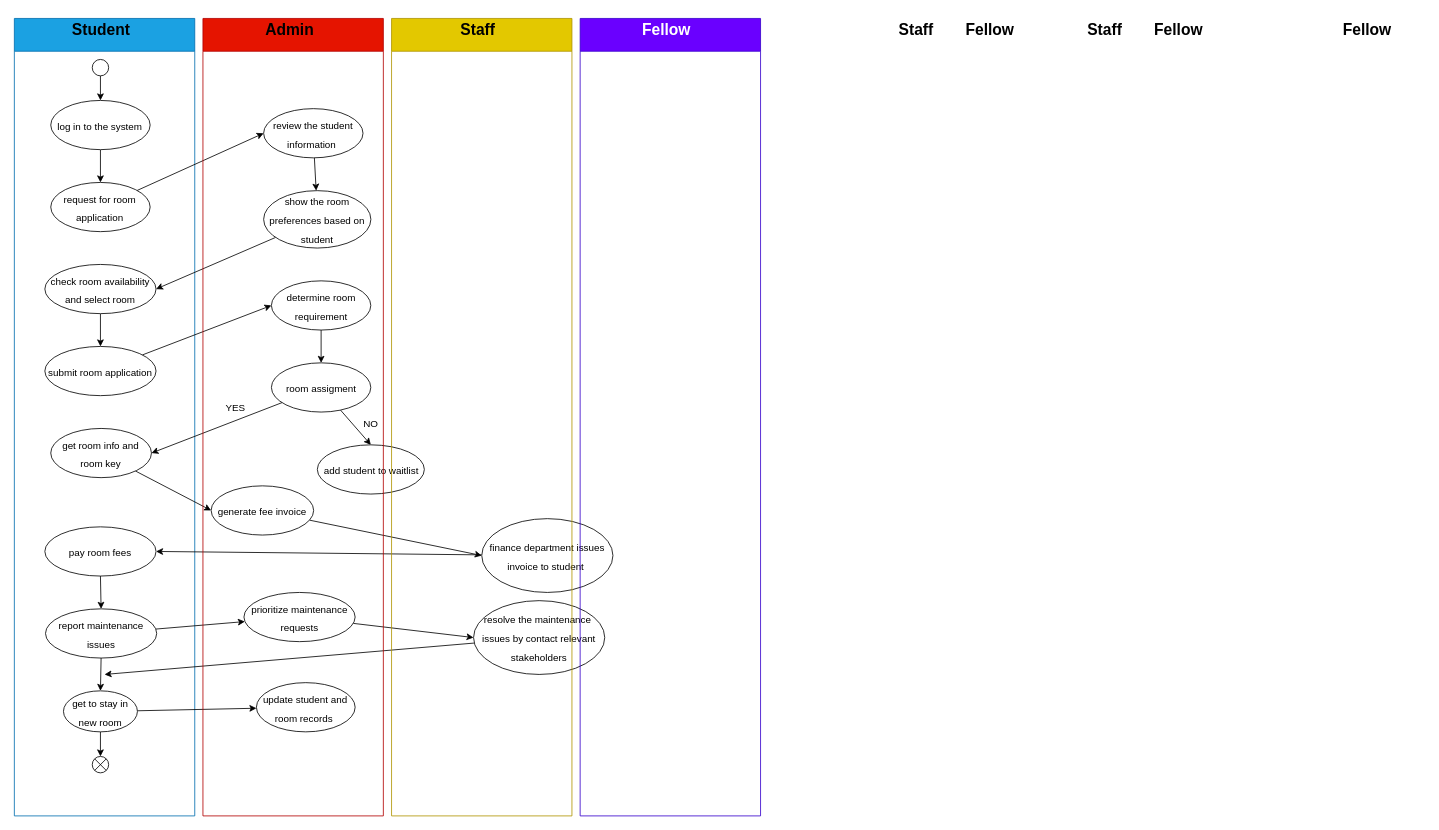
This is page "activity_diagram" (4 of 4) of project/drawio/stakeholder/UML.drawio from drshahizan/software-engineering, a draw.io file, before an edit. Source tidied: cells renumbered, new cells numbered last; positions are measured from the earlier drawing's top-left corner, leaving out a move shared by most shapes. Both pictures are drawn from the tidied source at 82%, with x=0, y=0 at pixel (14, 14).
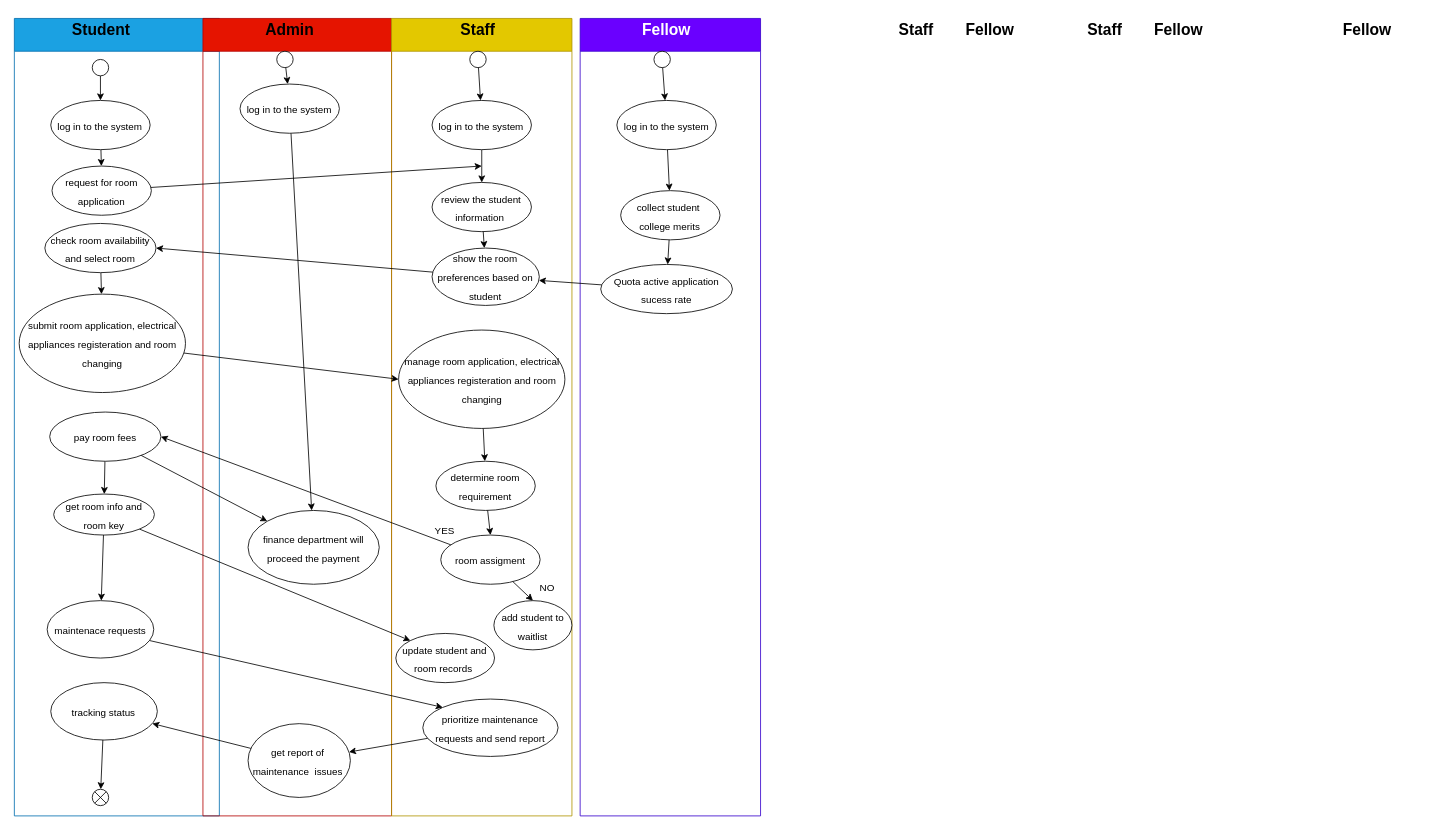
The same page after the edit.

The change refers to these unchanged cells:
```xml
<mxCell id="49" style="swimlane;startSize=40;fontSize=19;fillColor=#e3c800;fontColor=#000000;strokeColor=#B09500;" parent="1" vertex="1">
  <mxGeometry x="460" y="5" width="220" height="972.5" as="geometry" />
</mxCell>
<mxCell id="53" style="swimlane;startSize=40;fontSize=19;fillColor=#6a00ff;fontColor=#ffffff;strokeColor=#3700CC;" parent="1" vertex="1">
  <mxGeometry x="690" y="5" width="220" height="972.5" as="geometry" />
</mxCell>
```

Change to the diagram source:
```diff
@@
     <mxCell id="2" style="swimlane;startSize=40;fontSize=19;fillColor=#1ba1e2;fontColor=#ffffff;strokeColor=#006EAF;" parent="1" vertex="1">
-      <mxGeometry y="5" width="220" height="972.5" as="geometry" />
+      <mxGeometry y="5" width="250" height="972.5" as="geometry" />
     </mxCell>
@@
-    <mxCell id="8" style="edgeStyle=none;html=1;fontSize=12;" parent="2" edge="1" source="9" target="27">
-      <mxGeometry relative="1" as="geometry" />
-    </mxCell>
-    <mxCell id="9" value="&lt;font style=&quot;font-size: 12px;&quot;&gt;review the student information&amp;nbsp;&lt;/font&gt;" style="ellipse;whiteSpace=wrap;html=1;fontSize=19;" parent="2" vertex="1">
-      <mxGeometry x="304" y="110" width="121.2" height="60" as="geometry" />
-    </mxCell>
-    <mxCell id="10" style="edgeStyle=none;html=1;fontSize=12;entryX=0;entryY=0.5;entryDx=0;entryDy=0;" parent="2" edge="1" source="11" target="9">
-      <mxGeometry relative="1" as="geometry" />
-    </mxCell>
     <mxCell id="11" value="&lt;font style=&quot;font-size: 12px;&quot;&gt;request for room application&lt;/font&gt;" style="ellipse;whiteSpace=wrap;html=1;fontSize=19;" parent="2" vertex="1">
-      <mxGeometry x="44.4" y="200" width="121.2" height="60" as="geometry" />
+      <mxGeometry x="45.9" y="180" width="121.2" height="60" as="geometry" />
     </mxCell>
@@
     <mxCell id="13" value="&lt;font style=&quot;font-size: 12px;&quot;&gt;check room availability and select room&lt;/font&gt;" style="ellipse;whiteSpace=wrap;html=1;fontSize=19;" parent="2" vertex="1">
-      <mxGeometry x="37.2" y="300" width="135.6" height="60" as="geometry" />
+      <mxGeometry x="37.2" y="250" width="135.6" height="60" as="geometry" />
     </mxCell>
-    <mxCell id="14" style="edgeStyle=none;html=1;fontSize=12;entryX=0;entryY=0.5;entryDx=0;entryDy=0;" parent="2" edge="1" source="15" target="29">
-      <mxGeometry relative="1" as="geometry" />
-    </mxCell>
-    <mxCell id="15" value="&lt;span style=&quot;font-size: 12px;&quot;&gt;submit room application&lt;/span&gt;" style="ellipse;whiteSpace=wrap;html=1;fontSize=19;" parent="2" vertex="1">
-      <mxGeometry x="37.2" y="400" width="135.6" height="60" as="geometry" />
+    <mxCell id="15" value="&lt;span style=&quot;font-size: 12px;&quot;&gt;submit room application, electrical appliances registeration and room changing&lt;/span&gt;" style="ellipse;whiteSpace=wrap;html=1;fontSize=19;" parent="2" vertex="1">
+      <mxGeometry x="5.9" y="336.2" width="202.8" height="120" as="geometry" />
     </mxCell>
-    <mxCell id="16" style="edgeStyle=none;html=1;fontSize=12;entryX=0;entryY=0.5;entryDx=0;entryDy=0;" parent="2" edge="1" source="17" target="37">
-      <mxGeometry relative="1" as="geometry" />
-    </mxCell>
+    <mxCell id="57" style="edgeStyle=none;html=1;fontSize=12;" parent="2" edge="1" source="17" target="58">
+      <mxGeometry relative="1" as="geometry" />
+    </mxCell>
     <mxCell id="17" value="&lt;span style=&quot;font-size: 12px;&quot;&gt;get room info and room key&lt;/span&gt;" style="ellipse;whiteSpace=wrap;html=1;fontSize=19;" parent="2" vertex="1">
-      <mxGeometry x="44.4" y="500" width="122.8" height="60" as="geometry" />
+      <mxGeometry x="48" y="580" width="122.8" height="50" as="geometry" />
     </mxCell>
-    <mxCell id="18" style="edgeStyle=none;html=1;fontSize=12;" parent="2" edge="1" source="19" target="22">
-      <mxGeometry relative="1" as="geometry" />
-    </mxCell>
+    <mxCell id="45" style="shape=sumEllipse;perimeter=ellipsePerimeter;whiteSpace=wrap;html=1;backgroundOutline=1;fontSize=12;" parent="2" vertex="1">
+      <mxGeometry x="95" y="940" width="20" height="20" as="geometry" />
+    </mxCell>
+    <mxCell id="58" value="&lt;font style=&quot;font-size: 12px;&quot;&gt;maintenace requests&lt;br&gt;&lt;/font&gt;" style="ellipse;whiteSpace=wrap;html=1;fontSize=19;" parent="2" vertex="1">
+      <mxGeometry x="40" y="710" width="130" height="70" as="geometry" />
+    </mxCell>
+    <mxCell id="59" style="edgeStyle=none;html=1;fontSize=12;" parent="2" edge="1" source="19" target="17">
+      <mxGeometry relative="1" as="geometry" />
+    </mxCell>
     <mxCell id="19" value="&lt;span style=&quot;font-size: 12px;&quot;&gt;pay room fees&lt;/span&gt;" style="ellipse;whiteSpace=wrap;html=1;fontSize=19;" parent="2" vertex="1">
-      <mxGeometry x="37.2" y="620" width="135.6" height="60" as="geometry" />
+      <mxGeometry x="43.1" y="480" width="135.6" height="60" as="geometry" />
     </mxCell>
-    <mxCell id="20" style="edgeStyle=none;html=1;fontSize=12;" parent="2" edge="1" source="22" target="25">
-      <mxGeometry relative="1" as="geometry" />
-    </mxCell>
-    <mxCell id="21" style="edgeStyle=none;html=1;fontSize=12;" parent="2" edge="1" source="22" target="41">
-      <mxGeometry relative="1" as="geometry" />
-    </mxCell>
-    <mxCell id="22" value="&lt;span style=&quot;font-size: 12px;&quot;&gt;report maintenance issues&lt;/span&gt;" style="ellipse;whiteSpace=wrap;html=1;fontSize=19;" parent="2" vertex="1">
-      <mxGeometry x="38" y="720" width="135.6" height="60" as="geometry" />
-    </mxCell>
-    <mxCell id="23" style="edgeStyle=none;html=1;fontSize=12;" parent="2" edge="1" source="25" target="44">
-      <mxGeometry relative="1" as="geometry" />
-    </mxCell>
-    <mxCell id="24" style="edgeStyle=none;html=1;fontSize=12;" parent="2" edge="1" source="25" target="45">
-      <mxGeometry relative="1" as="geometry" />
-    </mxCell>
-    <mxCell id="25" value="&lt;span style=&quot;font-size: 12px;&quot;&gt;get to stay in new room&lt;/span&gt;" style="ellipse;whiteSpace=wrap;html=1;fontSize=19;" parent="2" vertex="1">
-      <mxGeometry x="59.9" y="820" width="90.2" height="50" as="geometry" />
-    </mxCell>
-    <mxCell id="26" style="edgeStyle=none;html=1;fontSize=12;entryX=1;entryY=0.5;entryDx=0;entryDy=0;" parent="2" edge="1" source="27" target="13">
-      <mxGeometry relative="1" as="geometry" />
-    </mxCell>
-    <mxCell id="27" value="&lt;span style=&quot;font-size: 12px;&quot;&gt;show the room preferences based on student&lt;/span&gt;" style="ellipse;whiteSpace=wrap;html=1;fontSize=19;" parent="2" vertex="1">
-      <mxGeometry x="304" y="210" width="130.8" height="70" as="geometry" />
-    </mxCell>
-    <mxCell id="28" style="edgeStyle=none;html=1;fontSize=12;entryX=0.5;entryY=0;entryDx=0;entryDy=0;" parent="2" edge="1" source="29" target="32">
-      <mxGeometry relative="1" as="geometry" />
-    </mxCell>
-    <mxCell id="29" value="&lt;span style=&quot;font-size: 12px;&quot;&gt;determine room requirement&lt;/span&gt;" style="ellipse;whiteSpace=wrap;html=1;fontSize=19;" parent="2" vertex="1">
-      <mxGeometry x="313.5" y="320" width="121.2" height="60" as="geometry" />
-    </mxCell>
-    <mxCell id="30" style="edgeStyle=none;html=1;fontSize=12;entryX=0.5;entryY=0;entryDx=0;entryDy=0;" parent="2" edge="1" source="32" target="34">
-      <mxGeometry relative="1" as="geometry" />
-    </mxCell>
-    <mxCell id="31" style="edgeStyle=none;html=1;fontSize=12;entryX=1;entryY=0.5;entryDx=0;entryDy=0;" parent="2" edge="1" source="32" target="17">
-      <mxGeometry relative="1" as="geometry" />
-    </mxCell>
-    <mxCell id="32" value="&lt;font style=&quot;font-size: 12px;&quot;&gt;room assigment&lt;/font&gt;" style="ellipse;whiteSpace=wrap;html=1;fontSize=19;" parent="2" vertex="1">
-      <mxGeometry x="313.5" y="420" width="121.2" height="60" as="geometry" />
-    </mxCell>
-    <mxCell id="33" value="YES" style="text;html=1;strokeColor=none;fillColor=none;align=center;verticalAlign=middle;whiteSpace=wrap;rounded=0;fontSize=12;" parent="2" vertex="1">
-      <mxGeometry x="240" y="460" width="60" height="30" as="geometry" />
-    </mxCell>
-    <mxCell id="34" value="&lt;span style=&quot;font-size: 12px;&quot;&gt;add student to waitlist&lt;/span&gt;" style="ellipse;whiteSpace=wrap;html=1;fontSize=19;" parent="2" vertex="1">
-      <mxGeometry x="369.5" y="520" width="130.5" height="60" as="geometry" />
-    </mxCell>
-    <mxCell id="35" value="NO" style="text;html=1;strokeColor=none;fillColor=none;align=center;verticalAlign=middle;whiteSpace=wrap;rounded=0;fontSize=12;" parent="2" vertex="1">
-      <mxGeometry x="404.8" y="480" width="60" height="30" as="geometry" />
-    </mxCell>
-    <mxCell id="36" style="edgeStyle=none;html=1;fontSize=12;entryX=0;entryY=0.5;entryDx=0;entryDy=0;" parent="2" edge="1" source="37" target="39">
-      <mxGeometry relative="1" as="geometry" />
-    </mxCell>
-    <mxCell id="37" value="&lt;span style=&quot;font-size: 12px;&quot;&gt;generate fee invoice&lt;/span&gt;" style="ellipse;whiteSpace=wrap;html=1;fontSize=19;" parent="2" vertex="1">
-      <mxGeometry x="240" y="570" width="125" height="60" as="geometry" />
-    </mxCell>
-    <mxCell id="38" style="edgeStyle=none;html=1;fontSize=12;entryX=1;entryY=0.5;entryDx=0;entryDy=0;" parent="2" edge="1" source="39" target="19">
-      <mxGeometry relative="1" as="geometry" />
-    </mxCell>
-    <mxCell id="39" value="&lt;span style=&quot;font-size: 12px;&quot;&gt;finance department issues invoice to student&amp;nbsp;&lt;/span&gt;" style="ellipse;whiteSpace=wrap;html=1;fontSize=19;" parent="2" vertex="1">
-      <mxGeometry x="570" y="610" width="160" height="90" as="geometry" />
-    </mxCell>
-    <mxCell id="40" style="edgeStyle=none;html=1;fontSize=12;entryX=0;entryY=0.5;entryDx=0;entryDy=0;" parent="2" edge="1" source="41" target="43">
-      <mxGeometry relative="1" as="geometry" />
-    </mxCell>
-    <mxCell id="41" value="&lt;font style=&quot;font-size: 12px;&quot;&gt;prioritize maintenance requests&lt;/font&gt;" style="ellipse;whiteSpace=wrap;html=1;fontSize=19;" parent="2" vertex="1">
-      <mxGeometry x="280" y="700" width="135.6" height="60" as="geometry" />
-    </mxCell>
-    <mxCell id="42" style="edgeStyle=none;html=1;fontSize=12;" parent="2" edge="1" source="43">
-      <mxGeometry relative="1" as="geometry">
-        <mxPoint x="110" y="800" as="targetPoint" />
-      </mxGeometry>
-    </mxCell>
-    <mxCell id="43" value="&lt;span style=&quot;font-size: 12px;&quot;&gt;resolve the maintenance&amp;nbsp; issues by contact relevant stakeholders&lt;/span&gt;" style="ellipse;whiteSpace=wrap;html=1;fontSize=19;" parent="2" vertex="1">
-      <mxGeometry x="560" y="710" width="160" height="90" as="geometry" />
-    </mxCell>
-    <mxCell id="44" value="&lt;font style=&quot;font-size: 12px;&quot;&gt;update student and room records&amp;nbsp;&lt;/font&gt;" style="ellipse;whiteSpace=wrap;html=1;fontSize=19;" parent="2" vertex="1">
-      <mxGeometry x="295.2" y="810" width="120.4" height="60" as="geometry" />
-    </mxCell>
-    <mxCell id="45" style="shape=sumEllipse;perimeter=ellipsePerimeter;whiteSpace=wrap;html=1;backgroundOutline=1;fontSize=12;" parent="2" vertex="1">
-      <mxGeometry x="95" y="900" width="20" height="20" as="geometry" />
-    </mxCell>
+    <mxCell id="60" style="edgeStyle=none;html=1;fontSize=12;" parent="2" edge="1" source="61" target="45">
+      <mxGeometry relative="1" as="geometry" />
+    </mxCell>
+    <mxCell id="61" value="&lt;font style=&quot;font-size: 12px;&quot;&gt;tracking status&lt;br&gt;&lt;/font&gt;" style="ellipse;whiteSpace=wrap;html=1;fontSize=19;" parent="2" vertex="1">
+      <mxGeometry x="44.4" y="810" width="130" height="70" as="geometry" />
+    </mxCell>
     <mxCell id="46" style="swimlane;startSize=40;fontSize=19;fillColor=#e51400;fontColor=#ffffff;strokeColor=#B20000;" parent="1" vertex="1">
-      <mxGeometry x="230" y="5" width="220" height="972.5" as="geometry" />
+      <mxGeometry x="230" y="5" width="230" height="972.5" as="geometry" />
     </mxCell>
@@
+    <mxCell id="62" style="edgeStyle=none;html=1;" parent="46" edge="1" source="63" target="65">
+      <mxGeometry relative="1" as="geometry" />
+    </mxCell>
+    <mxCell id="63" style="ellipse;whiteSpace=wrap;html=1;fontSize=19;" parent="46" vertex="1">
+      <mxGeometry x="90" y="40" width="20" height="20" as="geometry" />
+    </mxCell>
+    <mxCell id="64" style="edgeStyle=none;html=1;fontSize=12;" parent="46" edge="1" source="65" target="39">
+      <mxGeometry relative="1" as="geometry" />
+    </mxCell>
+    <mxCell id="65" value="&lt;font style=&quot;font-size: 12px;&quot;&gt;log in to the system&lt;/font&gt;" style="ellipse;whiteSpace=wrap;html=1;fontSize=19;" parent="46" vertex="1">
+      <mxGeometry x="45.2" y="80" width="121.2" height="60" as="geometry" />
+    </mxCell>
+    <mxCell id="43" value="&lt;span style=&quot;font-size: 12px;&quot;&gt;get report of&amp;nbsp; maintenance&amp;nbsp; issues&amp;nbsp;&lt;/span&gt;" style="ellipse;whiteSpace=wrap;html=1;fontSize=19;" parent="46" vertex="1">
+      <mxGeometry x="55" y="860" width="124.8" height="90" as="geometry" />
+    </mxCell>
+    <mxCell id="39" value="&lt;span style=&quot;font-size: 12px;&quot;&gt;finance department will proceed the payment&lt;/span&gt;" style="ellipse;whiteSpace=wrap;html=1;fontSize=19;" parent="46" vertex="1">
+      <mxGeometry x="55" y="600" width="160" height="90" as="geometry" />
+    </mxCell>
@@
+    <mxCell id="66" style="edgeStyle=none;html=1;" parent="49" edge="1" source="67" target="9">
+      <mxGeometry relative="1" as="geometry" />
+    </mxCell>
+    <mxCell id="67" value="&lt;font style=&quot;font-size: 12px;&quot;&gt;log in to the system&lt;/font&gt;" style="ellipse;whiteSpace=wrap;html=1;fontSize=19;" parent="49" vertex="1">
+      <mxGeometry x="49.4" y="100" width="121.2" height="60" as="geometry" />
+    </mxCell>
+    <mxCell id="68" style="edgeStyle=none;html=1;" parent="49" edge="1" source="69" target="67">
+      <mxGeometry relative="1" as="geometry" />
+    </mxCell>
+    <mxCell id="69" style="ellipse;whiteSpace=wrap;html=1;fontSize=19;" parent="49" vertex="1">
+      <mxGeometry x="95.4" y="40" width="20" height="20" as="geometry" />
+    </mxCell>
+    <mxCell id="9" value="&lt;font style=&quot;font-size: 12px;&quot;&gt;review the student information&amp;nbsp;&lt;/font&gt;" style="ellipse;whiteSpace=wrap;html=1;fontSize=19;" parent="49" vertex="1">
+      <mxGeometry x="49.4" y="200" width="121.2" height="60" as="geometry" />
+    </mxCell>
+    <mxCell id="27" value="&lt;span style=&quot;font-size: 12px;&quot;&gt;show the room preferences based on student&lt;/span&gt;" style="ellipse;whiteSpace=wrap;html=1;fontSize=19;" parent="49" vertex="1">
+      <mxGeometry x="49.4" y="280" width="130.8" height="70" as="geometry" />
+    </mxCell>
+    <mxCell id="8" style="edgeStyle=none;html=1;fontSize=12;" parent="49" edge="1" source="9" target="27">
+      <mxGeometry relative="1" as="geometry" />
+    </mxCell>
+    <mxCell id="29" value="&lt;span style=&quot;font-size: 12px;&quot;&gt;determine room requirement&lt;/span&gt;" style="ellipse;whiteSpace=wrap;html=1;fontSize=19;" parent="49" vertex="1">
+      <mxGeometry x="54.1" y="540" width="121.2" height="60" as="geometry" />
+    </mxCell>
+    <mxCell id="32" value="&lt;font style=&quot;font-size: 12px;&quot;&gt;room assigment&lt;/font&gt;" style="ellipse;whiteSpace=wrap;html=1;fontSize=19;" parent="49" vertex="1">
+      <mxGeometry x="60" y="630" width="121.2" height="60" as="geometry" />
+    </mxCell>
+    <mxCell id="28" style="edgeStyle=none;html=1;fontSize=12;entryX=0.5;entryY=0;entryDx=0;entryDy=0;" parent="49" edge="1" source="29" target="32">
+      <mxGeometry relative="1" as="geometry" />
+    </mxCell>
+    <mxCell id="34" value="&lt;span style=&quot;font-size: 12px;&quot;&gt;add student to waitlist&lt;/span&gt;" style="ellipse;whiteSpace=wrap;html=1;fontSize=19;" parent="49" vertex="1">
+      <mxGeometry x="124.8" y="710" width="95.2" height="60" as="geometry" />
+    </mxCell>
+    <mxCell id="30" style="edgeStyle=none;html=1;fontSize=12;entryX=0.5;entryY=0;entryDx=0;entryDy=0;" parent="49" edge="1" source="32" target="34">
+      <mxGeometry relative="1" as="geometry" />
+    </mxCell>
+    <mxCell id="35" value="NO" style="text;html=1;strokeColor=none;fillColor=none;align=center;verticalAlign=middle;whiteSpace=wrap;rounded=0;fontSize=12;" parent="49" vertex="1">
+      <mxGeometry x="160" y="680" width="60" height="30" as="geometry" />
+    </mxCell>
+    <mxCell id="33" value="YES" style="text;html=1;strokeColor=none;fillColor=none;align=center;verticalAlign=middle;whiteSpace=wrap;rounded=0;fontSize=12;" parent="49" vertex="1">
+      <mxGeometry x="35.4" y="610" width="60" height="30" as="geometry" />
+    </mxCell>
+    <mxCell id="44" value="&lt;font style=&quot;font-size: 12px;&quot;&gt;update student and room records&amp;nbsp;&lt;/font&gt;" style="ellipse;whiteSpace=wrap;html=1;fontSize=19;" parent="49" vertex="1">
+      <mxGeometry x="5.2" y="750" width="120.4" height="60" as="geometry" />
+    </mxCell>
+    <mxCell id="41" value="&lt;font style=&quot;font-size: 12px;&quot;&gt;prioritize maintenance requests and send report&lt;/font&gt;" style="ellipse;whiteSpace=wrap;html=1;fontSize=19;" parent="49" vertex="1">
+      <mxGeometry x="38.1" y="830" width="165" height="70" as="geometry" />
+    </mxCell>
+    <mxCell id="70" style="edgeStyle=none;html=1;fontSize=12;" parent="49" edge="1" source="71" target="29">
+      <mxGeometry relative="1" as="geometry" />
+    </mxCell>
+    <mxCell id="71" value="&lt;span style=&quot;font-size: 12px;&quot;&gt;manage room application, electrical appliances registeration and room changing&lt;/span&gt;" style="ellipse;whiteSpace=wrap;html=1;fontSize=19;" parent="49" vertex="1">
+      <mxGeometry x="8.6" y="380" width="202.8" height="120" as="geometry" />
+    </mxCell>
@@
+    <mxCell id="72" style="edgeStyle=none;html=1;fontSize=12;" parent="53" edge="1" source="73" target="77">
+      <mxGeometry relative="1" as="geometry" />
+    </mxCell>
+    <mxCell id="73" value="&lt;font style=&quot;font-size: 12px;&quot;&gt;log in to the system&lt;/font&gt;" style="ellipse;whiteSpace=wrap;html=1;fontSize=19;" parent="53" vertex="1">
+      <mxGeometry x="44.8" y="100" width="121.2" height="60" as="geometry" />
+    </mxCell>
+    <mxCell id="74" style="edgeStyle=none;html=1;" parent="53" edge="1" source="75" target="73">
+      <mxGeometry relative="1" as="geometry" />
+    </mxCell>
+    <mxCell id="75" style="ellipse;whiteSpace=wrap;html=1;fontSize=19;" parent="53" vertex="1">
+      <mxGeometry x="90" y="40" width="20" height="20" as="geometry" />
+    </mxCell>
+    <mxCell id="76" style="edgeStyle=none;html=1;fontSize=12;" parent="53" edge="1" source="77" target="78">
+      <mxGeometry relative="1" as="geometry" />
+    </mxCell>
+    <mxCell id="77" value="&lt;font style=&quot;font-size: 12px;&quot;&gt;collect student&amp;nbsp;&lt;br&gt;college merits&lt;br&gt;&lt;/font&gt;" style="ellipse;whiteSpace=wrap;html=1;fontSize=19;" parent="53" vertex="1">
+      <mxGeometry x="49.4" y="210" width="121.2" height="60" as="geometry" />
+    </mxCell>
+    <mxCell id="78" value="&lt;font style=&quot;font-size: 12px;&quot;&gt;Quota active application sucess rate&lt;br&gt;&lt;/font&gt;" style="ellipse;whiteSpace=wrap;html=1;fontSize=19;" parent="53" vertex="1">
+      <mxGeometry x="25.1" y="300" width="160.6" height="60" as="geometry" />
+    </mxCell>
+    <mxCell id="10" style="edgeStyle=none;html=1;fontSize=12;" parent="1" edge="1" source="11">
+      <mxGeometry relative="1" as="geometry">
+        <mxPoint x="570" y="185" as="targetPoint" />
+      </mxGeometry>
+    </mxCell>
+    <mxCell id="26" style="edgeStyle=none;html=1;fontSize=12;entryX=1;entryY=0.5;entryDx=0;entryDy=0;" parent="1" edge="1" source="27" target="13">
+      <mxGeometry relative="1" as="geometry" />
+    </mxCell>
+    <mxCell id="14" style="edgeStyle=none;html=1;fontSize=12;entryX=0;entryY=0.5;entryDx=0;entryDy=0;" parent="1" edge="1" source="15" target="71">
+      <mxGeometry relative="1" as="geometry" />
+    </mxCell>
+    <mxCell id="79" style="edgeStyle=none;html=1;fontSize=12;entryX=0;entryY=0;entryDx=0;entryDy=0;" parent="1" edge="1" source="19" target="39">
+      <mxGeometry relative="1" as="geometry" />
+    </mxCell>
+    <mxCell id="80" style="edgeStyle=none;html=1;fontSize=12;entryX=1;entryY=0.5;entryDx=0;entryDy=0;" parent="1" edge="1" source="32" target="19">
+      <mxGeometry relative="1" as="geometry" />
+    </mxCell>
+    <mxCell id="81" style="edgeStyle=none;html=1;fontSize=12;entryX=0;entryY=0;entryDx=0;entryDy=0;" parent="1" edge="1" source="17" target="44">
+      <mxGeometry relative="1" as="geometry" />
+    </mxCell>
+    <mxCell id="82" style="edgeStyle=none;html=1;fontSize=12;entryX=0;entryY=0;entryDx=0;entryDy=0;" parent="1" edge="1" source="58" target="41">
+      <mxGeometry relative="1" as="geometry" />
+    </mxCell>
+    <mxCell id="40" style="edgeStyle=none;html=1;fontSize=12;" parent="1" edge="1" source="41" target="43">
+      <mxGeometry relative="1" as="geometry" />
+    </mxCell>
+    <mxCell id="83" style="edgeStyle=none;html=1;fontSize=12;" parent="1" edge="1" source="43" target="61">
+      <mxGeometry relative="1" as="geometry" />
+    </mxCell>
+    <mxCell id="84" style="edgeStyle=none;html=1;fontSize=12;" parent="1" edge="1" source="78" target="27">
+      <mxGeometry relative="1" as="geometry" />
+    </mxCell>
```
